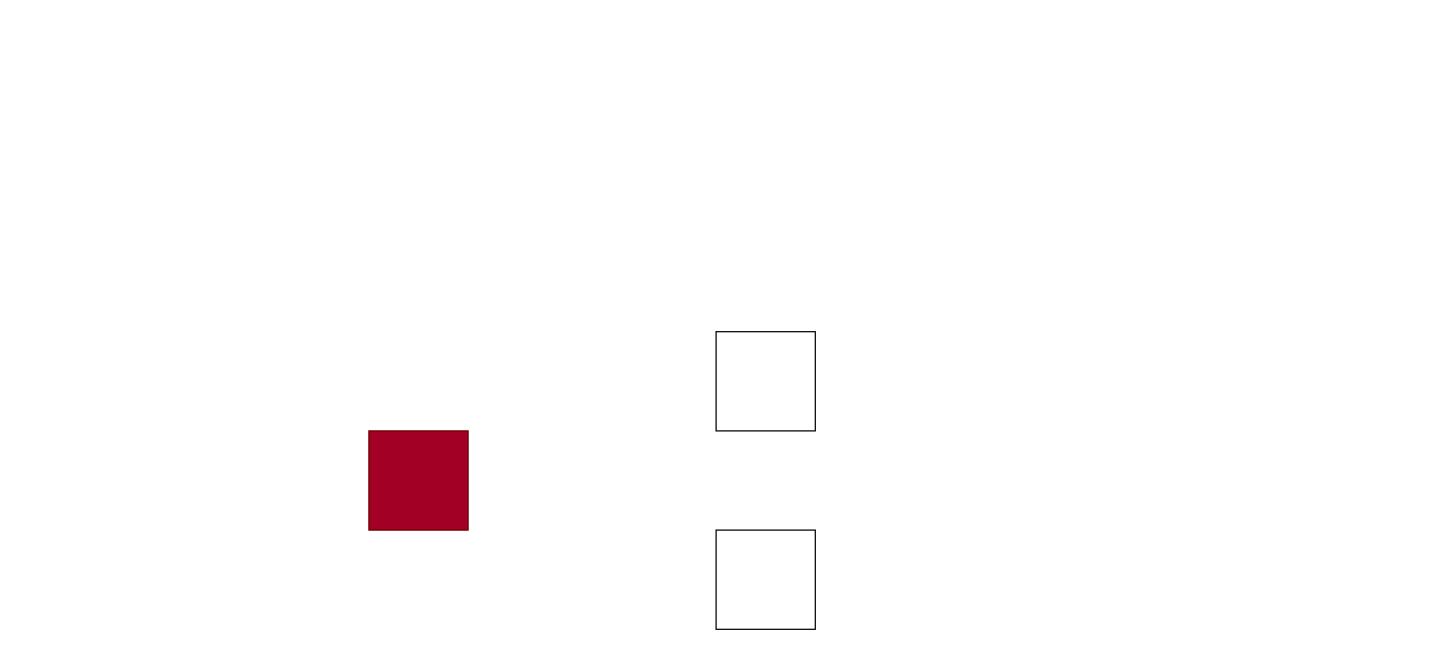
Before: FlowCharts/EstablishTCP.drawio in slaakvik/TTK4145_Heislab, a draw.io diagram. Source tidied: cells renumbered, new cells numbered last; positions are measured from the earlier drawing's top-left corner, leaving out a move shared by most shapes. Both pictures are drawn from the tidied source at 124%, with x=0, y=0 at pixel (368, 331).
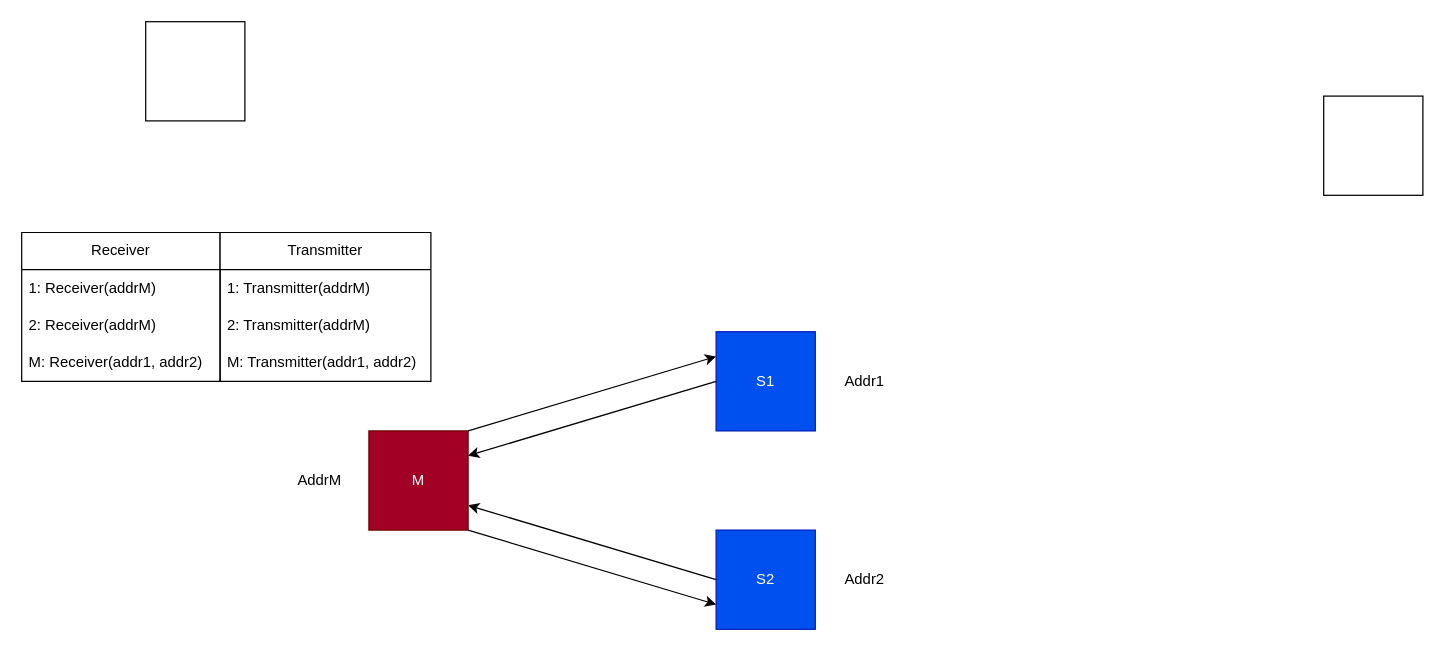
The same page after the edit.

Commit message (it also covers changes not shown here):
made new flowchart and ChooseMaster function

The edit, as a diff of the source:
```diff
@@
-    <mxCell id="2" style="whiteSpace=wrap;html=1;fillColor=#a20025;fontColor=#ffffff;strokeColor=#6F0000;" parent="1" vertex="1">
+    <mxCell id="2" value="M" style="whiteSpace=wrap;html=1;fillColor=#a20025;fontColor=#ffffff;strokeColor=#6F0000;" parent="1" vertex="1">
       <mxGeometry y="80" width="80" height="80" as="geometry" />
     </mxCell>
-    <mxCell id="3" style="whiteSpace=wrap;html=1;" parent="1" vertex="1">
+    <mxCell id="3" value="S1" style="whiteSpace=wrap;html=1;fillColor=#0050ef;fontColor=#ffffff;strokeColor=#001DBC;" parent="1" vertex="1">
       <mxGeometry x="280" width="80" height="80" as="geometry" />
     </mxCell>
+    <mxCell id="5" style="edgeStyle=none;html=1;exitX=0;exitY=0.5;exitDx=0;exitDy=0;" parent="1" edge="1" source="4">
+      <mxGeometry relative="1" as="geometry">
+        <mxPoint x="80" y="140" as="targetPoint" />
+      </mxGeometry>
+    </mxCell>
-    <mxCell id="4" style="whiteSpace=wrap;html=1;" parent="1" vertex="1">
+    <mxCell id="4" value="S2" style="whiteSpace=wrap;html=1;fillColor=#0050ef;fontColor=#ffffff;strokeColor=#001DBC;" parent="1" vertex="1">
       <mxGeometry x="280" y="160" width="80" height="80" as="geometry" />
     </mxCell>
+    <mxCell id="6" style="whiteSpace=wrap;html=1;" parent="1" vertex="1">
+      <mxGeometry x="-180" y="-250" width="80" height="80" as="geometry" />
+    </mxCell>
+    <mxCell id="7" style="whiteSpace=wrap;html=1;" parent="1" vertex="1">
+      <mxGeometry x="770" y="-190" width="80" height="80" as="geometry" />
+    </mxCell>
+    <mxCell id="8" style="endArrow=classic;html=1;exitX=1;exitY=0;exitDx=0;exitDy=0;entryX=0;entryY=0.25;entryDx=0;entryDy=0;" parent="1" edge="1" source="2" target="3">
+      <mxGeometry relative="1" as="geometry" />
+    </mxCell>
+    <mxCell id="9" style="endArrow=classic;html=1;exitX=0;exitY=0.5;exitDx=0;exitDy=0;entryX=1;entryY=0.25;entryDx=0;entryDy=0;" parent="1" edge="1" source="3" target="2">
+      <mxGeometry relative="1" as="geometry" />
+    </mxCell>
+    <mxCell id="10" style="endArrow=classic;html=1;exitX=1;exitY=1;exitDx=0;exitDy=0;entryX=0;entryY=0.75;entryDx=0;entryDy=0;" parent="1" edge="1" source="2" target="4">
+      <mxGeometry relative="1" as="geometry" />
+    </mxCell>
+    <mxCell id="11" value="Addr1" style="text;html=1;strokeColor=none;fillColor=none;align=center;verticalAlign=middle;whiteSpace=wrap;rounded=0;" parent="1" vertex="1">
+      <mxGeometry x="370" y="25" width="60" height="30" as="geometry" />
+    </mxCell>
+    <mxCell id="12" value="Addr2" style="text;html=1;strokeColor=none;fillColor=none;align=center;verticalAlign=middle;whiteSpace=wrap;rounded=0;" parent="1" vertex="1">
+      <mxGeometry x="370" y="185" width="60" height="30" as="geometry" />
+    </mxCell>
+    <mxCell id="13" value="AddrM" style="text;html=1;align=center;verticalAlign=middle;strokeColor=none;fillColor=none;" parent="1" vertex="1">
+      <mxGeometry x="-70" y="105" width="60" height="30" as="geometry" />
+    </mxCell>
+    <mxCell id="14" value="Receiver" style="swimlane;fontStyle=0;horizontal=1;startSize=30;whiteSpace=wrap;html=1;" parent="1" vertex="1">
+      <mxGeometry x="-280" y="-80" width="160" height="120" as="geometry" />
+    </mxCell>
+    <mxCell id="15" value="1: Receiver(addrM)" style="text;strokeColor=none;fillColor=none;align=left;verticalAlign=middle;spacingLeft=4;spacingRight=4;overflow=hidden;whiteSpace=wrap;html=1;" parent="14" vertex="1">
+      <mxGeometry y="30" width="160" height="30" as="geometry" />
+    </mxCell>
+    <mxCell id="16" value="2: Receiver(addrM)" style="text;strokeColor=none;fillColor=none;align=left;verticalAlign=middle;spacingLeft=4;spacingRight=4;overflow=hidden;whiteSpace=wrap;html=1;" parent="14" vertex="1">
+      <mxGeometry y="60" width="160" height="30" as="geometry" />
+    </mxCell>
+    <mxCell id="17" value="M: Receiver(addr1, addr2)" style="text;strokeColor=none;fillColor=none;align=left;verticalAlign=middle;spacingLeft=4;spacingRight=4;overflow=hidden;whiteSpace=wrap;html=1;" parent="14" vertex="1">
+      <mxGeometry y="90" width="160" height="30" as="geometry" />
+    </mxCell>
+    <mxCell id="18" value="Transmitter" style="swimlane;fontStyle=0;horizontal=1;startSize=30;whiteSpace=wrap;html=1;" parent="1" vertex="1">
+      <mxGeometry x="-120" y="-80" width="170" height="120" as="geometry" />
+    </mxCell>
+    <mxCell id="19" value="1: Transmitter(addrM)" style="text;strokeColor=none;fillColor=none;align=left;verticalAlign=middle;spacingLeft=4;spacingRight=4;overflow=hidden;whiteSpace=wrap;html=1;" parent="18" vertex="1">
+      <mxGeometry y="30" width="170" height="30" as="geometry" />
+    </mxCell>
+    <mxCell id="20" value="2: Transmitter(addrM)" style="text;strokeColor=none;fillColor=none;align=left;verticalAlign=middle;spacingLeft=4;spacingRight=4;overflow=hidden;whiteSpace=wrap;html=1;" parent="18" vertex="1">
+      <mxGeometry y="60" width="170" height="30" as="geometry" />
+    </mxCell>
+    <mxCell id="21" value="M: Transmitter(addr1, addr2)" style="text;strokeColor=none;fillColor=none;align=left;verticalAlign=middle;spacingLeft=4;spacingRight=4;overflow=hidden;whiteSpace=wrap;html=1;" parent="18" vertex="1">
+      <mxGeometry y="90" width="170" height="30" as="geometry" />
+    </mxCell>
```
